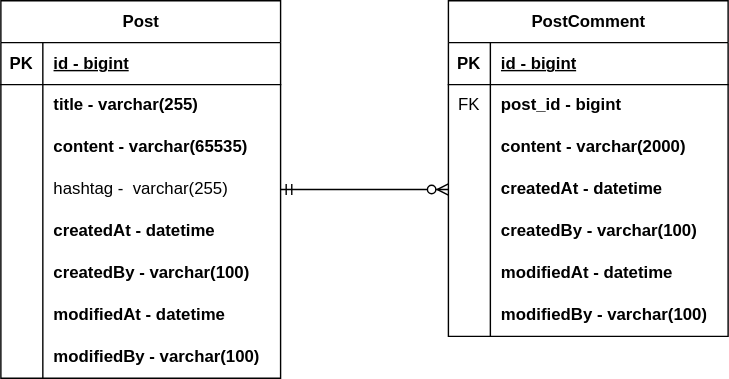
Earlier version of the draw.io export document/board-erd.svg (woosungkim0123/admin-example). Source tidied: cells renumbered, new cells last; positions are measured from the earlier drawing's top-left corner, leaving out a move shared by most shapes.
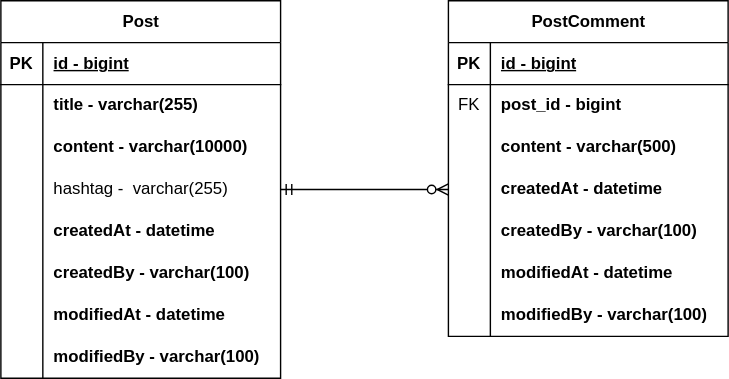
After the change.

Commit message:
docs : update erd - change content size (#9)

Diff of the diagram source:
```diff
@@ -2,11 +2,6 @@
   <root>
     <mxCell id="0" />
     <mxCell id="1" parent="0" />
-    <mxCell id="2" style="edgeStyle=entityRelationEdgeStyle;endArrow=ERzeroToMany;startArrow=ERone;endFill=1;startFill=0;" parent="1" edge="1" source="x">
-      <mxGeometry relative="1" as="geometry">
-        <mxPoint x="370" y="75" as="targetPoint" />
-      </mxGeometry>
-    </mxCell>
     <mxCell id="3" value="Post" style="shape=table;startSize=30;rowLines=0;fontStyle=1;align=center;html=1;" parent="1" vertex="1">
       <mxGeometry width="200" height="270" as="geometry" />
     </mxCell>
@@ -34,7 +29,7 @@
     <mxCell id="11" style="shape=partialRectangle;fillColor=none;top=0;left=0;bottom=0;right=0;overflow=hidden;whiteSpace=wrap;html=1;" parent="10" vertex="1">
       <mxGeometry width="30" height="30" as="geometry" />
     </mxCell>
-    <mxCell id="12" value="content - varchar(65535)" style="shape=partialRectangle;fillColor=none;top=0;left=0;bottom=0;right=0;align=left;spacingLeft=6;overflow=hidden;whiteSpace=wrap;html=1;fontStyle=1;" parent="10" vertex="1">
+    <mxCell id="12" value="content - varchar(10000)" style="shape=partialRectangle;fillColor=none;top=0;left=0;bottom=0;right=0;align=left;spacingLeft=6;overflow=hidden;whiteSpace=wrap;html=1;fontStyle=1;" parent="10" vertex="1">
       <mxGeometry x="30" width="170" height="30" as="geometry" />
     </mxCell>
     <mxCell id="13" style="shape=tableRow;horizontal=0;startSize=0;swimlaneHead=0;swimlaneBody=0;fillColor=none;points=[[0,0.5],[1,0.5]];portConstraint=eastwest;top=0;left=0;right=0;bottom=0;" parent="3" vertex="1">
@@ -109,7 +104,7 @@
     <mxCell id="36" style="shape=partialRectangle;fillColor=none;top=0;left=0;bottom=0;right=0;overflow=hidden;whiteSpace=wrap;html=1;" parent="35" vertex="1">
       <mxGeometry width="30" height="30" as="geometry" />
     </mxCell>
-    <mxCell id="37" value="content - varchar(2000)" style="shape=partialRectangle;fillColor=none;top=0;left=0;bottom=0;right=0;align=left;spacingLeft=6;overflow=hidden;whiteSpace=wrap;html=1;fontStyle=1;" parent="35" vertex="1">
+    <mxCell id="37" value="content - varchar(500)" style="shape=partialRectangle;fillColor=none;top=0;left=0;bottom=0;right=0;align=left;spacingLeft=6;overflow=hidden;whiteSpace=wrap;html=1;fontStyle=1;" parent="35" vertex="1">
       <mxGeometry x="30" width="170" height="30" as="geometry" />
     </mxCell>
     <mxCell id="38" style="shape=tableRow;horizontal=0;startSize=0;swimlaneHead=0;swimlaneBody=0;fillColor=none;points=[[0,0.5],[1,0.5]];portConstraint=eastwest;top=0;left=0;right=0;bottom=0;" parent="28" vertex="1">
```
